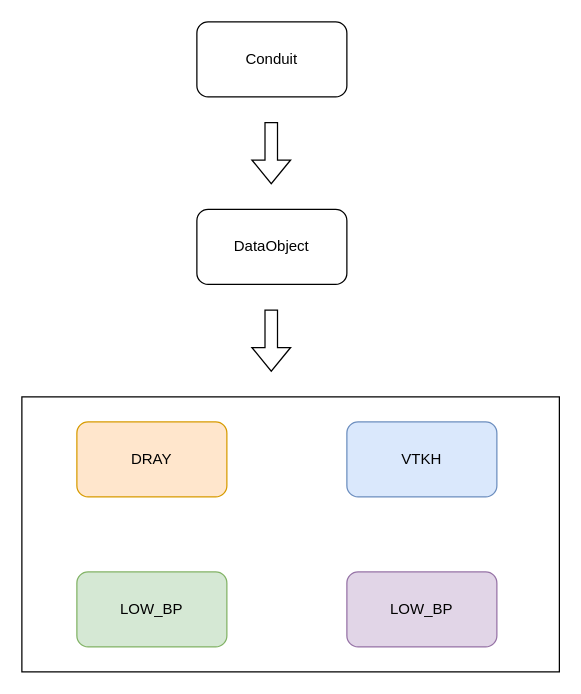
This is 多层次数据结构.drawio from keyu-Li/vtk_example, a draw.io file, before an edit. Source tidied: cells renumbered, new cells numbered last; positions are measured from the earlier drawing's top-left corner, leaving out a move shared by most shapes. Both pictures are drawn from the tidied source at 125%, with x=0, y=0 at pixel (21, 21).
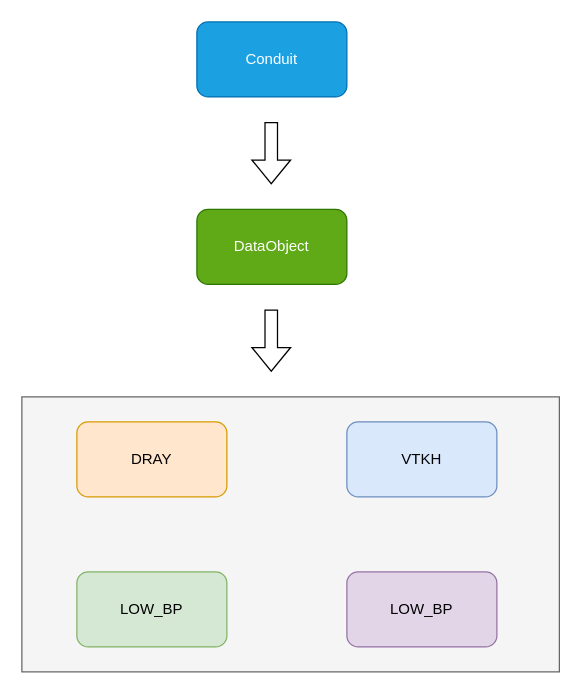
Above is the later version.

Commit message (it also covers changes not shown here):
更新多层次数据结构.drawio

Diff of the diagram source:
```diff
@@
 <mxGraphModel>
   <root>
     <mxCell id="0" />
     <mxCell id="1" parent="0" />
-    <mxCell id="2" value="DataObject" style="rounded=1;whiteSpace=wrap;html=1;" parent="1" vertex="1">
+    <mxCell id="2" value="DataObject" style="rounded=1;whiteSpace=wrap;html=1;fillColor=#60a917;fontColor=#ffffff;strokeColor=#2D7600;" parent="1" vertex="1">
       <mxGeometry x="140" y="150" width="120" height="60" as="geometry" />
     </mxCell>
-    <mxCell id="3" value="Conduit" style="rounded=1;whiteSpace=wrap;html=1;" parent="1" vertex="1">
+    <mxCell id="3" value="Conduit" style="rounded=1;whiteSpace=wrap;html=1;fillColor=#1ba1e2;fontColor=#ffffff;strokeColor=#006EAF;" parent="1" vertex="1">
       <mxGeometry x="140" width="120" height="60" as="geometry" />
     </mxCell>
-    <mxCell id="4" style="rounded=0;whiteSpace=wrap;html=1;" parent="1" vertex="1">
+    <mxCell id="4" style="rounded=0;whiteSpace=wrap;html=1;fillColor=#f5f5f5;fontColor=#333333;strokeColor=#666666;" parent="1" vertex="1">
       <mxGeometry y="300" width="430" height="220" as="geometry" />
     </mxCell>
     <mxCell id="5" value="DRAY" style="rounded=1;whiteSpace=wrap;html=1;fillColor=#ffe6cc;strokeColor=#d79b00;" parent="1" vertex="1">
       <mxGeometry x="44" y="320" width="120" height="60" as="geometry" />
     </mxCell>
     <mxCell id="6" value="VTKH" style="rounded=1;whiteSpace=wrap;html=1;fillColor=#dae8fc;strokeColor=#6c8ebf;" parent="1" vertex="1">
       <mxGeometry x="260" y="320" width="120" height="60" as="geometry" />
     </mxCell>
     <mxCell id="7" value="LOW_BP" style="rounded=1;whiteSpace=wrap;html=1;fillColor=#d5e8d4;strokeColor=#82b366;" parent="1" vertex="1">
       <mxGeometry x="44" y="440" width="120" height="60" as="geometry" />
     </mxCell>
     <mxCell id="8" value="LOW_BP" style="rounded=1;whiteSpace=wrap;html=1;fillColor=#e1d5e7;strokeColor=#9673a6;" parent="1" vertex="1">
       <mxGeometry x="260" y="440" width="120" height="60" as="geometry" />
     </mxCell>
     <mxCell id="9" style="shape=flexArrow;endArrow=classic;html=1;rounded=0;" parent="1" edge="1">
       <mxGeometry relative="1" as="geometry">
         <mxPoint x="199.5" y="80" as="sourcePoint" />
         <mxPoint x="199.5" y="130" as="targetPoint" />
       </mxGeometry>
     </mxCell>
     <mxCell id="10" style="shape=flexArrow;endArrow=classic;html=1;rounded=0;" parent="1" edge="1">
       <mxGeometry relative="1" as="geometry">
         <mxPoint x="199.5" y="230" as="sourcePoint" />
         <mxPoint x="199.5" y="280" as="targetPoint" />
       </mxGeometry>
     </mxCell>
   </root>
 </mxGraphModel>
```
